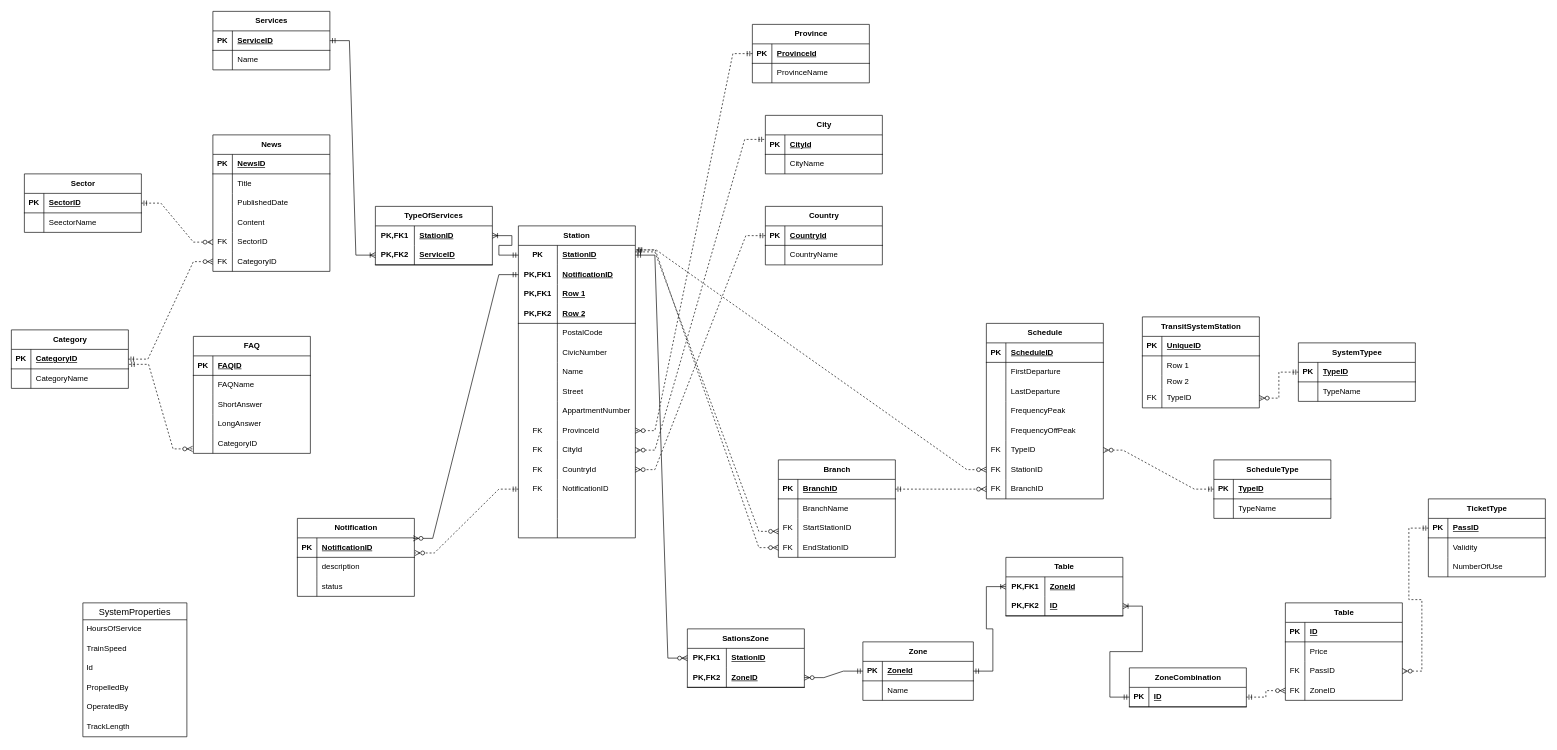
The draw.io diagram Untitled Diagram.drawio in gregguu/DB2, before the edit. Source tidied: cells renumbered, new cells numbered last; positions are measured from the earlier drawing's top-left corner, leaving out a move shared by most shapes. Both pictures are drawn from the tidied source at 65%, with x=0, y=0 at pixel (11, 11).
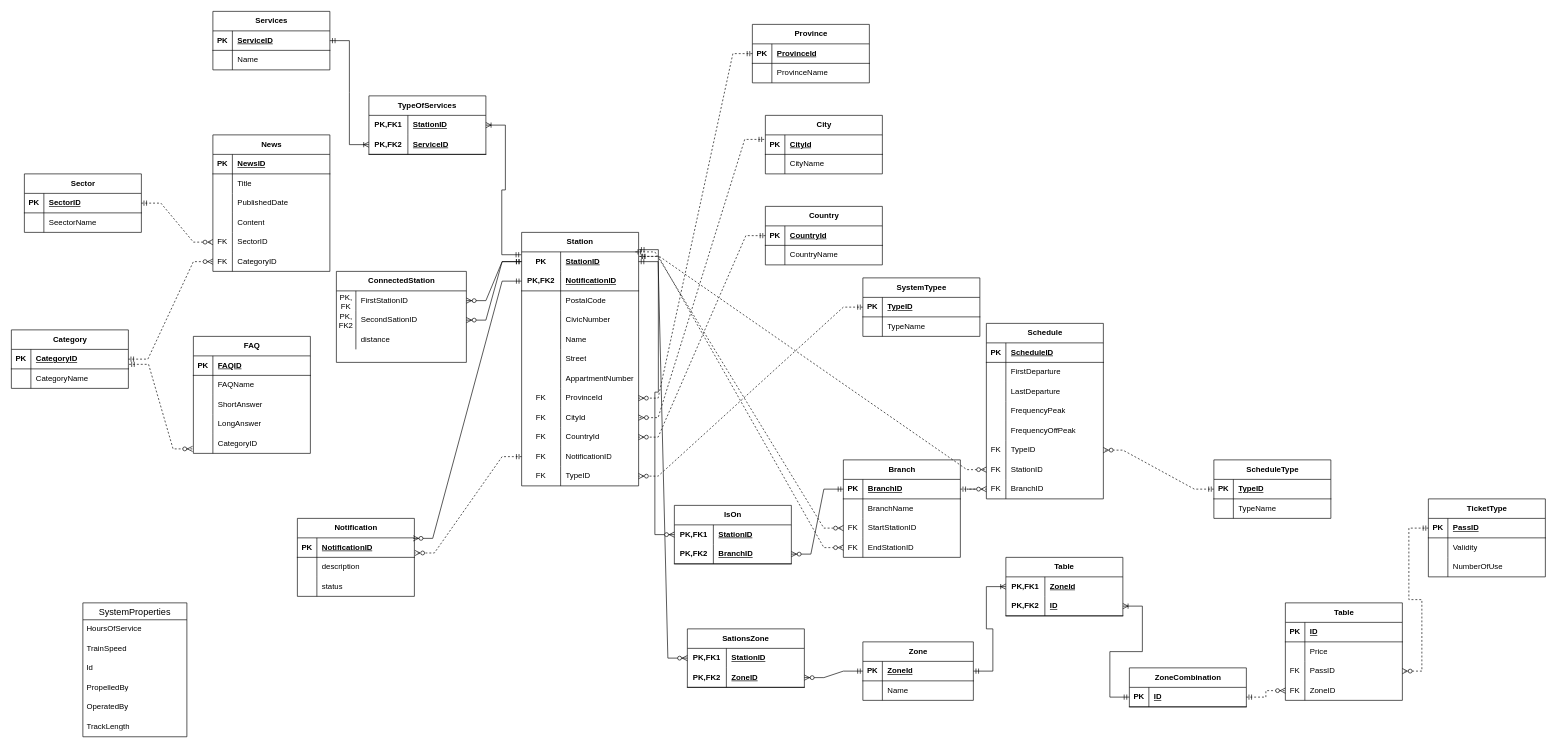
The same diagram, later.

The change refers to these unchanged cells:
```xml
<mxCell id="127" style="shape=tableRow;horizontal=0;startSize=0;swimlaneHead=0;swimlaneBody=0;fillColor=none;points=[[0,0.5],[1,0.5]];portConstraint=eastwest;top=0;left=0;right=0;bottom=1;" parent="126" vertex="1">
  <mxGeometry y="30" width="180" height="30" as="geometry" />
</mxCell>
<mxCell id="148" style="shape=tableRow;horizontal=0;startSize=0;swimlaneHead=0;swimlaneBody=0;fillColor=none;points=[[0,0.5],[1,0.5]];portConstraint=eastwest;top=0;left=0;right=0;bottom=0;html=1;" parent="147" vertex="1">
  <mxGeometry y="30" width="180" height="30" as="geometry" />
</mxCell>
<mxCell id="177" style="shape=tableRow;horizontal=0;startSize=0;swimlaneHead=0;swimlaneBody=0;fillColor=none;points=[[0,0.5],[1,0.5]];portConstraint=eastwest;top=0;left=0;right=0;bottom=0;html=1;" parent="176" vertex="1">
  <mxGeometry y="30" width="180" height="30" as="geometry" />
</mxCell>
<mxCell id="223" style="shape=tableRow;horizontal=0;startSize=0;swimlaneHead=0;swimlaneBody=0;fillColor=none;points=[[0,0.5],[1,0.5]];portConstraint=eastwest;top=0;left=0;right=0;bottom=1;" parent="222" vertex="1">
  <mxGeometry y="30" width="180" height="30" as="geometry" />
</mxCell>
<mxCell id="229" style="shape=tableRow;horizontal=0;startSize=0;swimlaneHead=0;swimlaneBody=0;fillColor=none;points=[[0,0.5],[1,0.5]];portConstraint=eastwest;top=0;left=0;right=0;bottom=0;" parent="222" vertex="1">
  <mxGeometry y="90" width="180" height="30" as="geometry" />
</mxCell>
<mxCell id="270" style="shape=tableRow;horizontal=0;startSize=0;swimlaneHead=0;swimlaneBody=0;fillColor=none;points=[[0,0.5],[1,0.5]];portConstraint=eastwest;top=0;left=0;right=0;bottom=1;" parent="269" vertex="1">
  <mxGeometry y="30" width="180" height="30" as="geometry" />
</mxCell>
```

Diff of the diagram source:
```diff
@@
     <mxCell id="126" value="SystemTypee" style="shape=table;startSize=30;childLayout=tableLayout;rowLines=0;fontStyle=1;align=center;html=1;" parent="1" vertex="1">
-      <mxGeometry x="1980" y="510" width="180" height="90" as="geometry" />
+      <mxGeometry x="1310" y="410" width="180" height="90" as="geometry" />
     </mxCell>
@@
-    <mxCell id="133" value="TransitSystemStation" style="shape=table;startSize=30;childLayout=tableLayout;rowLines=0;fontStyle=1;align=center;html=1;" parent="1" vertex="1">
-      <mxGeometry x="1740" y="470" width="180" height="140" as="geometry" />
-    </mxCell>
-    <mxCell id="134" style="shape=tableRow;horizontal=0;startSize=0;swimlaneHead=0;swimlaneBody=0;fillColor=none;top=0;left=0;right=0;bottom=1;" parent="133" vertex="1">
-      <mxGeometry y="30" width="180" height="30" as="geometry" />
-    </mxCell>
-    <mxCell id="135" value="PK" style="shape=partialRectangle;fillColor=none;top=0;left=0;bottom=0;right=0;fontStyle=1;overflow=hidden;whiteSpace=wrap;html=1;" parent="134" vertex="1">
-      <mxGeometry width="30" height="30" as="geometry" />
-    </mxCell>
-    <mxCell id="136" value="UniqueID" style="shape=partialRectangle;fillColor=none;top=0;left=0;bottom=0;right=0;align=left;spacingLeft=6;fontStyle=5;overflow=hidden;whiteSpace=wrap;html=1;" parent="134" vertex="1">
-      <mxGeometry x="30" width="150" height="30" as="geometry" />
-    </mxCell>
-    <mxCell id="137" style="shape=tableRow;horizontal=0;startSize=0;swimlaneHead=0;swimlaneBody=0;fillColor=none;top=0;left=0;right=0;bottom=0;" parent="133" vertex="1">
-      <mxGeometry y="60" width="180" height="30" as="geometry" />
-    </mxCell>
-    <mxCell id="138" style="shape=partialRectangle;fillColor=none;top=0;left=0;bottom=0;right=0;overflow=hidden;whiteSpace=wrap;html=1;" parent="137" vertex="1">
-      <mxGeometry width="30" height="30" as="geometry" />
-    </mxCell>
-    <mxCell id="139" value="Row 1" style="shape=partialRectangle;fillColor=none;top=0;left=0;bottom=0;right=0;align=left;spacingLeft=6;overflow=hidden;whiteSpace=wrap;html=1;" parent="137" vertex="1">
-      <mxGeometry x="30" width="150" height="30" as="geometry" />
-    </mxCell>
-    <mxCell id="140" style="shape=tableRow;horizontal=0;startSize=0;swimlaneHead=0;swimlaneBody=0;fillColor=none;top=0;left=0;right=0;bottom=0;" parent="133" vertex="1">
-      <mxGeometry y="90" width="180" height="20" as="geometry" />
-    </mxCell>
-    <mxCell id="141" style="shape=partialRectangle;fillColor=none;top=0;left=0;bottom=0;right=0;overflow=hidden;whiteSpace=wrap;html=1;" parent="140" vertex="1">
-      <mxGeometry width="30" height="20" as="geometry" />
-    </mxCell>
-    <mxCell id="142" value="Row 2" style="shape=partialRectangle;fillColor=none;top=0;left=0;bottom=0;right=0;align=left;spacingLeft=6;overflow=hidden;whiteSpace=wrap;html=1;" parent="140" vertex="1">
-      <mxGeometry x="30" width="150" height="20" as="geometry" />
-    </mxCell>
-    <mxCell id="143" style="shape=tableRow;horizontal=0;startSize=0;swimlaneHead=0;swimlaneBody=0;fillColor=none;points=[[0,0.5],[1,0.5]];portConstraint=eastwest;top=0;left=0;right=0;bottom=0;" parent="133" vertex="1">
-      <mxGeometry y="110" width="180" height="30" as="geometry" />
-    </mxCell>
-    <mxCell id="144" value="FK" style="shape=partialRectangle;fillColor=none;top=0;left=0;bottom=0;right=0;overflow=hidden;whiteSpace=wrap;html=1;" parent="143" vertex="1">
-      <mxGeometry width="30" height="30" as="geometry" />
-    </mxCell>
-    <mxCell id="145" value="TypeID" style="shape=partialRectangle;fillColor=none;top=0;left=0;bottom=0;right=0;align=left;spacingLeft=6;overflow=hidden;whiteSpace=wrap;html=1;" parent="143" vertex="1">
-      <mxGeometry x="30" width="150" height="30" as="geometry" />
-    </mxCell>
-    <mxCell id="146" style="edgeStyle=entityRelationEdgeStyle;fontSize=12;html=1;endArrow=ERzeroToMany;startArrow=ERmandOne;rounded=0;exitX=0;exitY=0.5;exitDx=0;exitDy=0;dashed=1;entryX=1;entryY=0.5;entryDx=0;entryDy=0;" parent="1" edge="1" source="127" target="143">
+    <mxCell id="146" style="edgeStyle=entityRelationEdgeStyle;fontSize=12;html=1;endArrow=ERzeroToMany;startArrow=ERmandOne;rounded=0;exitX=0;exitY=0.5;exitDx=0;exitDy=0;dashed=1;entryX=1;entryY=0.5;entryDx=0;entryDy=0;" parent="1" edge="1" source="127" target="216">
       <mxGeometry relative="1" as="geometry" />
     </mxCell>
     <mxCell id="147" value="TypeOfServices" style="shape=table;startSize=30;childLayout=tableLayout;rowLines=0;fontStyle=1;align=center;html=1;whiteSpace=wrap;" parent="1" vertex="1">
-      <mxGeometry x="560" y="300" width="180" height="90" as="geometry" />
+      <mxGeometry x="550" y="130" width="180" height="90" as="geometry" />
     </mxCell>
@@
     <mxCell id="176" value="Station" style="shape=table;startSize=30;childLayout=tableLayout;rowLines=0;fontStyle=1;align=center;html=1;whiteSpace=wrap;" parent="1" vertex="1">
-      <mxGeometry x="780" y="330" width="180" height="480" as="geometry" />
+      <mxGeometry x="785" y="340" width="180" height="390" as="geometry" />
     </mxCell>
@@
-    <mxCell id="180" style="shape=tableRow;horizontal=0;startSize=0;swimlaneHead=0;swimlaneBody=0;fillColor=none;points=[[0,0.5],[1,0.5]];portConstraint=eastwest;top=0;left=0;right=0;bottom=0;html=1;" parent="176" vertex="1">
-      <mxGeometry y="60" width="180" height="30" as="geometry" />
-    </mxCell>
-    <mxCell id="181" value="PK,FK1" style="shape=partialRectangle;fillColor=none;top=0;left=0;bottom=0;right=0;fontStyle=1;overflow=hidden;html=1;whiteSpace=wrap;" parent="180" vertex="1">
-      <mxGeometry width="60" height="30" as="geometry" />
-    </mxCell>
-    <mxCell id="182" value="NotificationID" style="shape=partialRectangle;fillColor=none;top=0;left=0;bottom=0;right=0;align=left;spacingLeft=6;fontStyle=5;overflow=hidden;html=1;whiteSpace=wrap;" parent="180" vertex="1">
-      <mxGeometry x="60" width="120" height="30" as="geometry" />
-    </mxCell>
-    <mxCell id="183" style="shape=tableRow;horizontal=0;startSize=0;swimlaneHead=0;swimlaneBody=0;fillColor=none;top=0;left=0;right=0;bottom=0;html=1;" parent="176" vertex="1">
-      <mxGeometry y="90" width="180" height="30" as="geometry" />
-    </mxCell>
-    <mxCell id="184" value="PK,FK1" style="shape=partialRectangle;fillColor=none;top=0;left=0;bottom=0;right=0;fontStyle=1;overflow=hidden;html=1;whiteSpace=wrap;" parent="183" vertex="1">
-      <mxGeometry width="60" height="30" as="geometry" />
-    </mxCell>
-    <mxCell id="185" value="Row 1" style="shape=partialRectangle;fillColor=none;top=0;left=0;bottom=0;right=0;align=left;spacingLeft=6;fontStyle=5;overflow=hidden;html=1;whiteSpace=wrap;" parent="183" vertex="1">
-      <mxGeometry x="60" width="120" height="30" as="geometry" />
-    </mxCell>
     <mxCell id="186" style="shape=tableRow;horizontal=0;startSize=0;swimlaneHead=0;swimlaneBody=0;fillColor=none;points=[[0,0.5],[1,0.5]];portConstraint=eastwest;top=0;left=0;right=0;bottom=1;html=1;" parent="176" vertex="1">
-      <mxGeometry y="120" width="180" height="30" as="geometry" />
+      <mxGeometry y="60" width="180" height="30" as="geometry" />
     </mxCell>
@@
-    <mxCell id="188" value="Row 2" style="shape=partialRectangle;fillColor=none;top=0;left=0;bottom=0;right=0;align=left;spacingLeft=6;fontStyle=5;overflow=hidden;html=1;whiteSpace=wrap;" parent="186" vertex="1">
+    <mxCell id="188" value="NotificationID" style="shape=partialRectangle;fillColor=none;top=0;left=0;bottom=0;right=0;align=left;spacingLeft=6;fontStyle=5;overflow=hidden;html=1;whiteSpace=wrap;" parent="186" vertex="1">
       <mxGeometry x="60" width="120" height="30" as="geometry" />
     </mxCell>
     <mxCell id="189" style="shape=tableRow;horizontal=0;startSize=0;swimlaneHead=0;swimlaneBody=0;fillColor=none;top=0;left=0;right=0;bottom=0;html=1;" parent="176" vertex="1">
-      <mxGeometry y="150" width="180" height="30" as="geometry" />
+      <mxGeometry y="90" width="180" height="30" as="geometry" />
     </mxCell>
@@
     <mxCell id="192" style="shape=tableRow;horizontal=0;startSize=0;swimlaneHead=0;swimlaneBody=0;fillColor=none;top=0;left=0;right=0;bottom=0;html=1;" parent="176" vertex="1">
-      <mxGeometry y="180" width="180" height="30" as="geometry" />
+      <mxGeometry y="120" width="180" height="30" as="geometry" />
     </mxCell>
@@
     <mxCell id="195" style="shape=tableRow;horizontal=0;startSize=0;swimlaneHead=0;swimlaneBody=0;fillColor=none;top=0;left=0;right=0;bottom=0;html=1;" parent="176" vertex="1">
-      <mxGeometry y="210" width="180" height="30" as="geometry" />
+      <mxGeometry y="150" width="180" height="30" as="geometry" />
     </mxCell>
@@
     <mxCell id="198" style="shape=tableRow;horizontal=0;startSize=0;swimlaneHead=0;swimlaneBody=0;fillColor=none;top=0;left=0;right=0;bottom=0;html=1;" parent="176" vertex="1">
-      <mxGeometry y="240" width="180" height="30" as="geometry" />
+      <mxGeometry y="180" width="180" height="30" as="geometry" />
     </mxCell>
@@
     <mxCell id="201" style="shape=tableRow;horizontal=0;startSize=0;swimlaneHead=0;swimlaneBody=0;fillColor=none;top=0;left=0;right=0;bottom=0;html=1;" parent="176" vertex="1">
-      <mxGeometry y="270" width="180" height="30" as="geometry" />
+      <mxGeometry y="210" width="180" height="30" as="geometry" />
     </mxCell>
@@
     <mxCell id="204" style="shape=tableRow;horizontal=0;startSize=0;swimlaneHead=0;swimlaneBody=0;fillColor=none;points=[[0,0.5],[1,0.5]];portConstraint=eastwest;top=0;left=0;right=0;bottom=0;html=1;" parent="176" vertex="1">
-      <mxGeometry y="300" width="180" height="30" as="geometry" />
+      <mxGeometry y="240" width="180" height="30" as="geometry" />
     </mxCell>
@@
     <mxCell id="207" style="shape=tableRow;horizontal=0;startSize=0;swimlaneHead=0;swimlaneBody=0;fillColor=none;points=[[0,0.5],[1,0.5]];portConstraint=eastwest;top=0;left=0;right=0;bottom=0;html=1;" parent="176" vertex="1">
-      <mxGeometry y="330" width="180" height="30" as="geometry" />
+      <mxGeometry y="270" width="180" height="30" as="geometry" />
     </mxCell>
@@
     <mxCell id="210" style="shape=tableRow;horizontal=0;startSize=0;swimlaneHead=0;swimlaneBody=0;fillColor=none;points=[[0,0.5],[1,0.5]];portConstraint=eastwest;top=0;left=0;right=0;bottom=0;html=1;" parent="176" vertex="1">
-      <mxGeometry y="360" width="180" height="30" as="geometry" />
+      <mxGeometry y="300" width="180" height="30" as="geometry" />
     </mxCell>
@@
     <mxCell id="213" style="shape=tableRow;horizontal=0;startSize=0;swimlaneHead=0;swimlaneBody=0;fillColor=none;points=[[0,0.5],[1,0.5]];portConstraint=eastwest;top=0;left=0;right=0;bottom=0;html=1;" parent="176" vertex="1">
-      <mxGeometry y="390" width="180" height="30" as="geometry" />
+      <mxGeometry y="330" width="180" height="30" as="geometry" />
     </mxCell>
@@
     <mxCell id="216" style="shape=tableRow;horizontal=0;startSize=0;swimlaneHead=0;swimlaneBody=0;fillColor=none;points=[[0,0.5],[1,0.5]];portConstraint=eastwest;top=0;left=0;right=0;bottom=0;html=1;" parent="176" vertex="1">
-      <mxGeometry y="420" width="180" height="30" as="geometry" />
+      <mxGeometry y="360" width="180" height="30" as="geometry" />
     </mxCell>
-    <mxCell id="217" style="shape=partialRectangle;fillColor=none;top=0;left=0;bottom=0;right=0;overflow=hidden;html=1;whiteSpace=wrap;" parent="216" vertex="1">
+    <mxCell id="217" value="FK" style="shape=partialRectangle;fillColor=none;top=0;left=0;bottom=0;right=0;overflow=hidden;html=1;whiteSpace=wrap;" parent="216" vertex="1">
       <mxGeometry width="60" height="30" as="geometry" />
     </mxCell>
-    <mxCell id="218" style="shape=partialRectangle;fillColor=none;top=0;left=0;bottom=0;right=0;align=left;spacingLeft=6;overflow=hidden;html=1;whiteSpace=wrap;" parent="216" vertex="1">
+    <mxCell id="218" value="TypeID" style="shape=partialRectangle;fillColor=none;top=0;left=0;bottom=0;right=0;align=left;spacingLeft=6;overflow=hidden;html=1;whiteSpace=wrap;" parent="216" vertex="1">
       <mxGeometry x="60" width="120" height="30" as="geometry" />
     </mxCell>
-    <mxCell id="219" style="shape=tableRow;horizontal=0;startSize=0;swimlaneHead=0;swimlaneBody=0;fillColor=none;top=0;left=0;right=0;bottom=0;html=1;" parent="176" vertex="1">
-      <mxGeometry y="450" width="180" height="30" as="geometry" />
-    </mxCell>
-    <mxCell id="220" style="shape=partialRectangle;fillColor=none;top=0;left=0;bottom=0;right=0;overflow=hidden;html=1;whiteSpace=wrap;" parent="219" vertex="1">
-      <mxGeometry width="60" height="30" as="geometry" />
-    </mxCell>
-    <mxCell id="221" style="shape=partialRectangle;fillColor=none;top=0;left=0;bottom=0;right=0;align=left;spacingLeft=6;overflow=hidden;html=1;whiteSpace=wrap;" parent="219" vertex="1">
-      <mxGeometry x="60" width="120" height="30" as="geometry" />
-    </mxCell>
     <mxCell id="222" value="Branch" style="shape=table;startSize=30;childLayout=tableLayout;rowLines=0;fontStyle=1;align=center;html=1;" parent="1" vertex="1">
-      <mxGeometry x="1180" y="690" width="180" height="150" as="geometry" />
+      <mxGeometry x="1280" y="690" width="180" height="150" as="geometry" />
     </mxCell>
@@
-    <mxCell id="235" style="edgeStyle=entityRelationEdgeStyle;fontSize=12;html=1;endArrow=ERoneToMany;startArrow=ERmandOne;rounded=0;entryX=1;entryY=0.5;entryDx=0;entryDy=0;exitX=0;exitY=0.5;exitDx=0;exitDy=0;" parent="1" edge="1" source="177" target="148">
+    <mxCell id="235" style="edgeStyle=entityRelationEdgeStyle;fontSize=12;html=1;endArrow=ERoneToMany;startArrow=ERmandOne;rounded=0;entryX=1;entryY=0.5;entryDx=0;entryDy=0;exitX=-0.003;exitY=0.146;exitDx=0;exitDy=0;exitPerimeter=0;" parent="1" edge="1" source="177" target="148">
       <mxGeometry relative="1" as="geometry" />
     </mxCell>
@@
-    <mxCell id="279" style="edgeStyle=entityRelationEdgeStyle;fontSize=12;html=1;endArrow=ERzeroToMany;startArrow=ERmandOne;rounded=0;exitX=0;exitY=0.5;exitDx=0;exitDy=0;entryX=0.99;entryY=0.025;entryDx=0;entryDy=0;entryPerimeter=0;" parent="1" edge="1" source="180" target="270">
+    <mxCell id="279" style="edgeStyle=entityRelationEdgeStyle;fontSize=12;html=1;endArrow=ERzeroToMany;startArrow=ERmandOne;rounded=0;exitX=0;exitY=0.5;exitDx=0;exitDy=0;entryX=0.99;entryY=0.025;entryDx=0;entryDy=0;entryPerimeter=0;" parent="1" edge="1" source="186" target="270">
       <mxGeometry relative="1" as="geometry" />
     </mxCell>
@@
-    <mxCell id="282" style="edgeStyle=entityRelationEdgeStyle;fontSize=12;html=1;endArrow=ERzeroToMany;startArrow=ERmandOne;rounded=0;dashed=1;" parent="1" edge="1">
+    <mxCell id="282" style="edgeStyle=entityRelationEdgeStyle;fontSize=12;html=1;endArrow=ERzeroToMany;startArrow=ERmandOne;rounded=0;dashed=1;entryX=0;entryY=0.5;entryDx=0;entryDy=0;" parent="1" edge="1" target="229">
       <mxGeometry relative="1" as="geometry">
         <mxPoint x="960" y="370" as="sourcePoint" />
-        <mxPoint x="1180" y="800" as="targetPoint" />
       </mxGeometry>
     </mxCell>
@@
+    <mxCell id="284" value="IsOn" style="shape=table;startSize=30;childLayout=tableLayout;rowLines=0;fontStyle=1;align=center;html=1;whiteSpace=wrap;" parent="1" vertex="1">
+      <mxGeometry x="1020" y="760" width="180" height="90" as="geometry" />
+    </mxCell>
+    <mxCell id="285" style="shape=tableRow;horizontal=0;startSize=0;swimlaneHead=0;swimlaneBody=0;fillColor=none;points=[[0,0.5],[1,0.5]];portConstraint=eastwest;top=0;left=0;right=0;bottom=0;html=1;" parent="284" vertex="1">
+      <mxGeometry y="30" width="180" height="30" as="geometry" />
+    </mxCell>
+    <mxCell id="286" value="PK,FK1" style="shape=partialRectangle;fillColor=none;top=0;left=0;bottom=0;right=0;fontStyle=1;overflow=hidden;html=1;whiteSpace=wrap;" parent="285" vertex="1">
+      <mxGeometry width="60" height="30" as="geometry" />
+    </mxCell>
+    <mxCell id="287" value="StationID" style="shape=partialRectangle;fillColor=none;top=0;left=0;bottom=0;right=0;align=left;spacingLeft=6;fontStyle=5;overflow=hidden;html=1;whiteSpace=wrap;" parent="285" vertex="1">
+      <mxGeometry x="60" width="120" height="30" as="geometry" />
+    </mxCell>
+    <mxCell id="288" style="shape=tableRow;horizontal=0;startSize=0;swimlaneHead=0;swimlaneBody=0;fillColor=none;points=[[0,0.5],[1,0.5]];portConstraint=eastwest;top=0;left=0;right=0;bottom=1;html=1;" parent="284" vertex="1">
+      <mxGeometry y="60" width="180" height="30" as="geometry" />
+    </mxCell>
+    <mxCell id="289" value="PK,FK2" style="shape=partialRectangle;fillColor=none;top=0;left=0;bottom=0;right=0;fontStyle=1;overflow=hidden;html=1;whiteSpace=wrap;" parent="288" vertex="1">
+      <mxGeometry width="60" height="30" as="geometry" />
+    </mxCell>
+    <mxCell id="290" value="BranchID" style="shape=partialRectangle;fillColor=none;top=0;left=0;bottom=0;right=0;align=left;spacingLeft=6;fontStyle=5;overflow=hidden;html=1;whiteSpace=wrap;" parent="288" vertex="1">
+      <mxGeometry x="60" width="120" height="30" as="geometry" />
+    </mxCell>
+    <mxCell id="291" style="edgeStyle=entityRelationEdgeStyle;fontSize=12;html=1;endArrow=ERzeroToMany;startArrow=ERmandOne;rounded=0;exitX=1.002;exitY=-0.114;exitDx=0;exitDy=0;entryX=0;entryY=0.5;entryDx=0;entryDy=0;exitPerimeter=0;" parent="1" edge="1" source="177" target="285">
+      <mxGeometry relative="1" as="geometry" />
+    </mxCell>
+    <mxCell id="292" style="edgeStyle=entityRelationEdgeStyle;fontSize=12;html=1;endArrow=ERzeroToMany;startArrow=ERmandOne;rounded=0;exitX=0;exitY=0.5;exitDx=0;exitDy=0;entryX=1;entryY=0.5;entryDx=0;entryDy=0;" parent="1" edge="1" source="223" target="288">
+      <mxGeometry relative="1" as="geometry" />
+    </mxCell>
+    <mxCell id="293" value="ConnectedStation" style="shape=table;startSize=30;childLayout=tableLayout;rowLines=0;fontStyle=1;align=center;html=1;" parent="1" vertex="1">
+      <mxGeometry x="500" y="400" width="200" height="140" as="geometry" />
+    </mxCell>
+    <mxCell id="294" style="shape=tableRow;horizontal=0;startSize=0;swimlaneHead=0;swimlaneBody=0;fillColor=none;points=[[0,0.5],[1,0.5]];portConstraint=eastwest;top=0;left=0;right=0;bottom=0;" parent="293" vertex="1">
+      <mxGeometry y="30" width="200" height="30" as="geometry" />
+    </mxCell>
+    <mxCell id="295" value="PK, FK" style="shape=partialRectangle;fillColor=none;top=0;left=0;bottom=0;right=0;overflow=hidden;whiteSpace=wrap;html=1;" parent="294" vertex="1">
+      <mxGeometry width="30" height="30" as="geometry" />
+    </mxCell>
+    <mxCell id="296" value="FirstStationID" style="shape=partialRectangle;fillColor=none;top=0;left=0;bottom=0;right=0;align=left;spacingLeft=6;overflow=hidden;whiteSpace=wrap;html=1;" parent="294" vertex="1">
+      <mxGeometry x="30" width="170" height="30" as="geometry" />
+    </mxCell>
+    <mxCell id="297" style="shape=tableRow;horizontal=0;startSize=0;swimlaneHead=0;swimlaneBody=0;fillColor=none;points=[[0,0.5],[1,0.5]];portConstraint=eastwest;top=0;left=0;right=0;bottom=0;" parent="293" vertex="1">
+      <mxGeometry y="60" width="200" height="30" as="geometry" />
+    </mxCell>
+    <mxCell id="298" value="PK, FK2" style="shape=partialRectangle;fillColor=none;top=0;left=0;bottom=0;right=0;overflow=hidden;whiteSpace=wrap;html=1;" parent="297" vertex="1">
+      <mxGeometry width="30" height="30" as="geometry" />
+    </mxCell>
+    <mxCell id="299" value="SecondSationID" style="shape=partialRectangle;fillColor=none;top=0;left=0;bottom=0;right=0;align=left;spacingLeft=6;overflow=hidden;whiteSpace=wrap;html=1;" parent="297" vertex="1">
+      <mxGeometry x="30" width="170" height="30" as="geometry" />
+    </mxCell>
+    <mxCell id="300" style="shape=tableRow;horizontal=0;startSize=0;swimlaneHead=0;swimlaneBody=0;fillColor=none;top=0;left=0;right=0;bottom=0;" parent="293" vertex="1">
+      <mxGeometry y="90" width="200" height="30" as="geometry" />
+    </mxCell>
+    <mxCell id="138" style="shape=partialRectangle;fillColor=none;top=0;left=0;bottom=0;right=0;overflow=hidden;whiteSpace=wrap;html=1;" parent="300" vertex="1">
+      <mxGeometry width="30" height="30" as="geometry" />
+    </mxCell>
+    <mxCell id="301" value="distance" style="shape=partialRectangle;fillColor=none;top=0;left=0;bottom=0;right=0;align=left;spacingLeft=6;overflow=hidden;whiteSpace=wrap;html=1;" parent="300" vertex="1">
+      <mxGeometry x="30" width="170" height="30" as="geometry" />
+    </mxCell>
+    <mxCell id="302" style="edgeStyle=entityRelationEdgeStyle;fontSize=12;html=1;endArrow=ERzeroToMany;startArrow=ERmandOne;rounded=0;exitX=0;exitY=0.5;exitDx=0;exitDy=0;entryX=1;entryY=0.5;entryDx=0;entryDy=0;" parent="1" edge="1" source="177" target="294">
+      <mxGeometry relative="1" as="geometry" />
+    </mxCell>
+    <mxCell id="303" style="edgeStyle=entityRelationEdgeStyle;fontSize=12;html=1;endArrow=ERzeroToMany;startArrow=ERmandOne;rounded=0;exitX=0;exitY=0.5;exitDx=0;exitDy=0;entryX=1;entryY=0.5;entryDx=0;entryDy=0;" parent="1" edge="1" source="177" target="297">
+      <mxGeometry relative="1" as="geometry" />
+    </mxCell>
```
